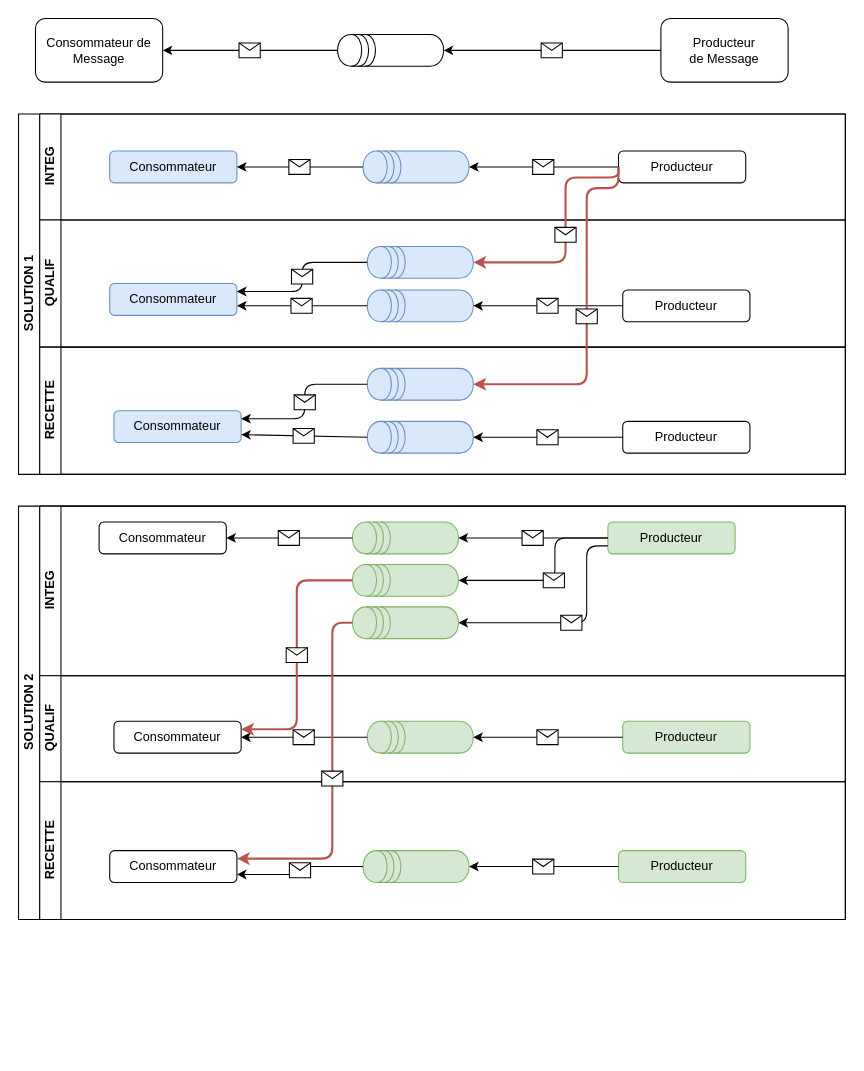
Above: environnement-JMS.drawio in vdupain/draw.io (draw.io), before the change. Source tidied: cells renumbered, new cells numbered last; positions are measured from the earlier drawing's top-left corner, leaving out a move shared by most shapes. Both pictures are drawn from the tidied source at 106%, with x=0, y=0 at pixel (18, -3).
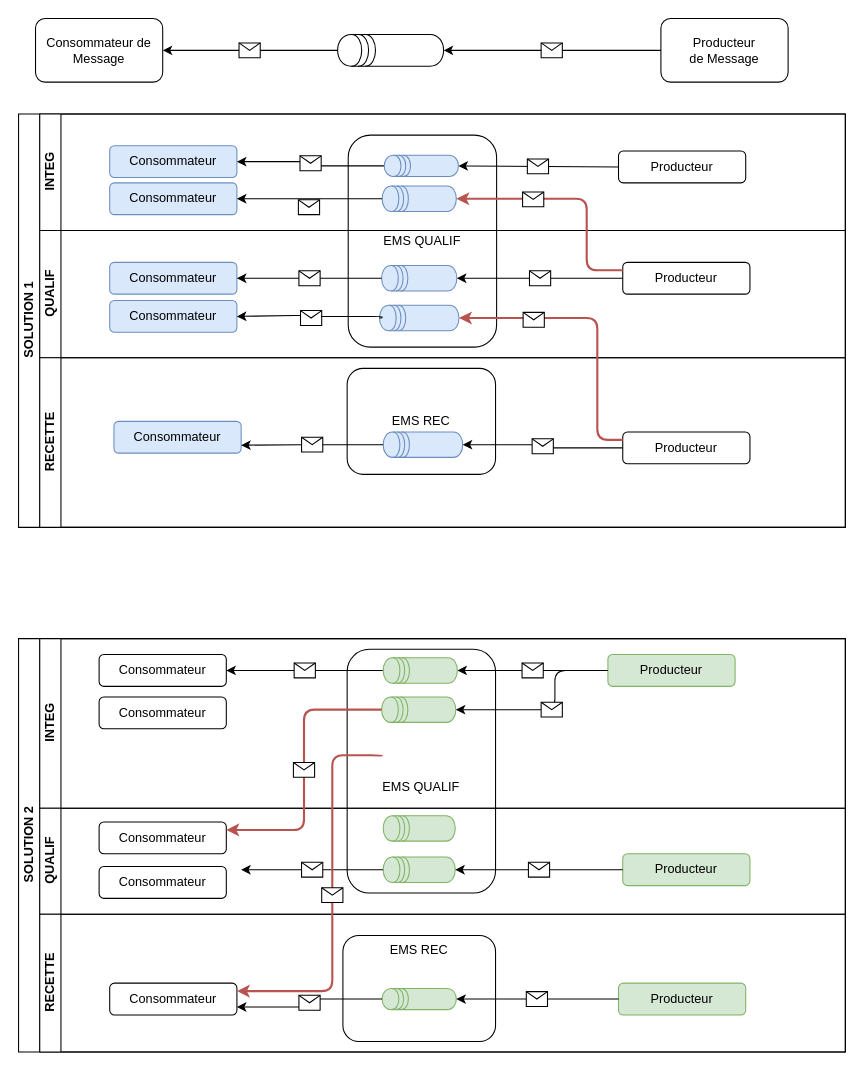
After the change.

The change refers to these unchanged cells:
```xml
<mxCell id="8" value="Producteur" style="rounded=1;whiteSpace=wrap;html=1;" parent="6" vertex="1">
  <mxGeometry x="546" y="35" width="120" height="30" as="geometry" />
</mxCell>
<mxCell id="26" value="Consommateur" style="rounded=1;whiteSpace=wrap;html=1;fillColor=#dae8fc;strokeColor=#6c8ebf;" parent="25" vertex="1">
  <mxGeometry x="70" y="60" width="120" height="30" as="geometry" />
</mxCell>
<mxCell id="27" value="Producteur" style="rounded=1;whiteSpace=wrap;html=1;" parent="25" vertex="1">
  <mxGeometry x="550" y="70" width="120" height="30" as="geometry" />
</mxCell>
<mxCell id="45" value="INTEG" style="swimlane;html=1;startSize=20;horizontal=0;" parent="44" vertex="1">
  <mxGeometry x="20" width="760" height="160" as="geometry" />
</mxCell>
<mxCell id="47" value="Producteur" style="rounded=1;whiteSpace=wrap;html=1;fillColor=#d5e8d4;strokeColor=#82b366;" parent="45" vertex="1">
  <mxGeometry x="536" y="15" width="120" height="30" as="geometry" />
</mxCell>
<mxCell id="57" value="QUALIF" style="swimlane;html=1;startSize=20;horizontal=0;" parent="44" vertex="1">
  <mxGeometry x="20" y="160" width="760" height="100" as="geometry" />
</mxCell>
<mxCell id="59" value="Producteur" style="rounded=1;whiteSpace=wrap;html=1;fillColor=#d5e8d4;strokeColor=#82b366;" parent="57" vertex="1">
  <mxGeometry x="550" y="43" width="120" height="30" as="geometry" />
</mxCell>
<mxCell id="65" value="RECETTE" style="swimlane;html=1;startSize=20;horizontal=0;" parent="44" vertex="1">
  <mxGeometry x="20" y="260" width="760" height="130" as="geometry" />
</mxCell>
<mxCell id="66" value="Consommateur" style="rounded=1;whiteSpace=wrap;html=1;" parent="65" vertex="1">
  <mxGeometry x="66" y="65" width="120" height="30" as="geometry" />
</mxCell>
```

Diff of the diagram source:
```diff
@@
+    <mxCell id="79" value="EMS QUALIF" style="rounded=1;whiteSpace=wrap;html=1;" parent="1" vertex="1">
+      <mxGeometry x="311" y="130" width="140" height="200" as="geometry" />
+    </mxCell>
@@
     <mxCell id="5" value="SOLUTION 1" style="swimlane;html=1;horizontal=0;startSize=20;" parent="1" vertex="1">
-      <mxGeometry y="110" width="780" height="340" as="geometry" />
+      <mxGeometry y="110" width="780" height="390" as="geometry" />
     </mxCell>
     <mxCell id="6" value="INTEG" style="swimlane;html=1;startSize=20;horizontal=0;" parent="5" vertex="1">
-      <mxGeometry x="20" width="760" height="100" as="geometry" />
+      <mxGeometry x="20" width="760" height="110" as="geometry" />
     </mxCell>
     <mxCell id="7" value="Consommateur" style="rounded=1;whiteSpace=wrap;html=1;fillColor=#dae8fc;strokeColor=#6c8ebf;" parent="6" vertex="1">
-      <mxGeometry x="66" y="35" width="120" height="30" as="geometry" />
+      <mxGeometry x="66" y="30" width="120" height="30" as="geometry" />
     </mxCell>
@@
-    <mxCell id="9" style="shape=datastore;whiteSpace=wrap;html=1;rotation=-90;fillColor=#dae8fc;strokeColor=#6c8ebf;" parent="6" vertex="1">
-      <mxGeometry x="340" width="30" height="100" as="geometry" />
-    </mxCell>
-    <mxCell id="10" style="endArrow=classic;html=1;strokeColor=#000000;entryX=1;entryY=0.5;entryDx=0;entryDy=0;exitX=0.5;exitY=0;exitDx=0;exitDy=0;" parent="6" edge="1" source="9" target="7">
+    <mxCell id="10" style="endArrow=classic;html=1;strokeColor=#000000;entryX=1;entryY=0.5;entryDx=0;entryDy=0;exitX=0.5;exitY=0;exitDx=0;exitDy=0;edgeStyle=orthogonalEdgeStyle;" parent="6" edge="1" source="9" target="7">
       <mxGeometry relative="1" as="geometry" />
     </mxCell>
@@
+    <mxCell id="9" style="shape=datastore;whiteSpace=wrap;html=1;rotation=-90;fillColor=#dae8fc;strokeColor=#6c8ebf;" parent="6" vertex="1">
+      <mxGeometry x="350" y="14" width="20" height="70" as="geometry" />
+    </mxCell>
+    <mxCell id="80" value="Consommateur" style="rounded=1;whiteSpace=wrap;html=1;fillColor=#dae8fc;strokeColor=#6c8ebf;" parent="6" vertex="1">
+      <mxGeometry x="66" y="65" width="120" height="30" as="geometry" />
+    </mxCell>
     <mxCell id="14" value="QUALIF" style="swimlane;html=1;startSize=20;horizontal=0;" parent="5" vertex="1">
-      <mxGeometry x="20" y="100" width="760" height="120" as="geometry" />
+      <mxGeometry x="20" y="110" width="760" height="120" as="geometry" />
     </mxCell>
     <mxCell id="15" value="Consommateur" style="rounded=1;whiteSpace=wrap;html=1;fillColor=#dae8fc;strokeColor=#6c8ebf;" parent="14" vertex="1">
-      <mxGeometry x="66" y="60" width="120" height="30" as="geometry" />
+      <mxGeometry x="66" y="30" width="120" height="30" as="geometry" />
     </mxCell>
     <mxCell id="16" value="Producteur" style="rounded=1;whiteSpace=wrap;html=1;" parent="14" vertex="1">
-      <mxGeometry x="550" y="66" width="120" height="30" as="geometry" />
+      <mxGeometry x="550" y="30" width="120" height="30" as="geometry" />
     </mxCell>
     <mxCell id="17" style="shape=datastore;whiteSpace=wrap;html=1;rotation=-90;fillColor=#dae8fc;strokeColor=#6c8ebf;" parent="14" vertex="1">
-      <mxGeometry x="344" y="31" width="30" height="100" as="geometry" />
+      <mxGeometry x="346" y="9.5" width="24" height="71" as="geometry" />
     </mxCell>
-    <mxCell id="18" style="endArrow=classic;html=1;strokeColor=#000000;exitX=0.5;exitY=0;exitDx=0;exitDy=0;" parent="14" edge="1" source="17">
-      <mxGeometry relative="1" as="geometry">
-        <mxPoint x="186" y="81" as="targetPoint" />
-      </mxGeometry>
+    <mxCell id="18" style="endArrow=classic;html=1;strokeColor=#000000;exitX=0.5;exitY=0;exitDx=0;exitDy=0;entryX=1;entryY=0.5;entryDx=0;entryDy=0;edgeStyle=orthogonalEdgeStyle;" parent="14" edge="1" source="17" target="15">
+      <mxGeometry relative="1" as="geometry" />
     </mxCell>
@@
-    <mxCell id="20" style="endArrow=classic;html=1;strokeColor=#000000;entryX=0.5;entryY=1;entryDx=0;entryDy=0;exitX=0;exitY=0.5;exitDx=0;exitDy=0;" parent="14" edge="1" source="16" target="17">
+    <mxCell id="20" style="endArrow=classic;html=1;strokeColor=#000000;entryX=0.5;entryY=1;entryDx=0;entryDy=0;exitX=0;exitY=0.5;exitDx=0;exitDy=0;edgeStyle=orthogonalEdgeStyle;" parent="14" edge="1" source="16" target="17">
       <mxGeometry relative="1" as="geometry" />
     </mxCell>
@@
-    <mxCell id="22" style="shape=datastore;whiteSpace=wrap;html=1;rotation=-90;fillColor=#dae8fc;strokeColor=#6c8ebf;" parent="14" vertex="1">
-      <mxGeometry x="344" y="-10" width="30" height="100" as="geometry" />
-    </mxCell>
-    <mxCell id="23" style="endArrow=classic;html=1;strokeColor=#000000;exitX=0.5;exitY=0;exitDx=0;exitDy=0;entryX=1;entryY=0.25;entryDx=0;entryDy=0;edgeStyle=orthogonalEdgeStyle;" parent="14" edge="1" source="22" target="15">
-      <mxGeometry relative="1" as="geometry" />
-    </mxCell>
-    <mxCell id="24" style="shape=message;html=1;" parent="23" vertex="1">
-      <mxGeometry width="20" height="14" relative="1" as="geometry">
-        <mxPoint x="-10" y="-7" as="offset" />
-      </mxGeometry>
-    </mxCell>
+    <mxCell id="81" value="Consommateur" style="rounded=1;whiteSpace=wrap;html=1;fillColor=#dae8fc;strokeColor=#6c8ebf;" parent="14" vertex="1">
+      <mxGeometry x="66" y="66" width="120" height="30" as="geometry" />
+    </mxCell>
     <mxCell id="25" value="RECETTE" style="swimlane;html=1;startSize=20;horizontal=0;" parent="5" vertex="1">
-      <mxGeometry x="20" y="220" width="760" height="120" as="geometry" />
+      <mxGeometry x="20" y="230" width="760" height="160" as="geometry" />
     </mxCell>
+    <mxCell id="82" value="EMS REC" style="rounded=1;whiteSpace=wrap;html=1;" parent="25" vertex="1">
+      <mxGeometry x="290" y="10" width="140" height="100" as="geometry" />
+    </mxCell>
@@
     <mxCell id="28" style="shape=datastore;whiteSpace=wrap;html=1;rotation=-90;fillColor=#dae8fc;strokeColor=#6c8ebf;" parent="25" vertex="1">
-      <mxGeometry x="344" y="35" width="30" height="100" as="geometry" />
+      <mxGeometry x="349.5" y="44.5" width="24" height="75" as="geometry" />
     </mxCell>
-    <mxCell id="29" style="endArrow=classic;html=1;strokeColor=#000000;entryX=1;entryY=0.75;entryDx=0;entryDy=0;exitX=0.5;exitY=0;exitDx=0;exitDy=0;" parent="25" edge="1" source="28" target="26">
+    <mxCell id="29" style="endArrow=classic;html=1;strokeColor=#000000;entryX=1;entryY=0.75;entryDx=0;entryDy=0;exitX=0.5;exitY=0;exitDx=0;exitDy=0;edgeStyle=orthogonalEdgeStyle;" parent="25" edge="1" source="28" target="26">
       <mxGeometry relative="1" as="geometry" />
     </mxCell>
@@
-    <mxCell id="31" style="endArrow=classic;html=1;strokeColor=#000000;entryX=0.5;entryY=1;entryDx=0;entryDy=0;exitX=0;exitY=0.5;exitDx=0;exitDy=0;" parent="25" edge="1" source="27" target="28">
+    <mxCell id="31" style="endArrow=classic;html=1;strokeColor=#000000;entryX=0.5;entryY=1;entryDx=0;entryDy=0;exitX=0;exitY=0.5;exitDx=0;exitDy=0;edgeStyle=orthogonalEdgeStyle;" parent="25" edge="1" source="27" target="28">
       <mxGeometry relative="1" as="geometry" />
     </mxCell>
@@
-    <mxCell id="33" style="shape=datastore;whiteSpace=wrap;html=1;rotation=-90;fillColor=#dae8fc;strokeColor=#6c8ebf;" parent="25" vertex="1">
-      <mxGeometry x="344" y="-15" width="30" height="100" as="geometry" />
-    </mxCell>
-    <mxCell id="34" style="endArrow=classic;html=1;strokeColor=#000000;exitX=0.5;exitY=0;exitDx=0;exitDy=0;entryX=1;entryY=0.25;entryDx=0;entryDy=0;edgeStyle=orthogonalEdgeStyle;" parent="25" edge="1" source="33" target="26">
-      <mxGeometry relative="1" as="geometry">
-        <Array as="points">
-          <mxPoint x="250" y="35" />
-          <mxPoint x="250" y="68" />
-        </Array>
-      </mxGeometry>
-    </mxCell>
-    <mxCell id="35" style="shape=message;html=1;" parent="34" vertex="1">
-      <mxGeometry width="20" height="14" relative="1" as="geometry">
-        <mxPoint x="-10" y="-7" as="offset" />
-      </mxGeometry>
-    </mxCell>
-    <mxCell id="36" style="endArrow=classic;html=1;strokeColor=#b85450;entryX=0.5;entryY=1;entryDx=0;entryDy=0;exitX=0;exitY=0.5;exitDx=0;exitDy=0;edgeStyle=orthogonalEdgeStyle;fillColor=#f8cecc;strokeWidth=2;" parent="5" edge="1" source="8" target="22">
-      <mxGeometry relative="1" as="geometry">
-        <Array as="points">
-          <mxPoint x="566" y="60" />
-          <mxPoint x="516" y="60" />
-          <mxPoint x="516" y="140" />
-        </Array>
-      </mxGeometry>
-    </mxCell>
-    <mxCell id="37" style="shape=message;html=1;" parent="36" vertex="1">
-      <mxGeometry width="20" height="14" relative="1" as="geometry">
-        <mxPoint x="-10" y="-7" as="offset" />
-      </mxGeometry>
-    </mxCell>
+    <mxCell id="83" value="&lt;div&gt;&lt;br&gt;&lt;/div&gt;&lt;div&gt;&lt;br&gt;&lt;/div&gt;&lt;div&gt;EMS QUALIF&lt;/div&gt;" style="rounded=1;whiteSpace=wrap;html=1;verticalAlign=middle;" parent="25" vertex="1">
+      <mxGeometry x="290" y="275" width="140" height="230" as="geometry" />
+    </mxCell>
+    <mxCell id="53" style="shape=datastore;whiteSpace=wrap;html=1;rotation=-90;fillColor=#d5e8d4;strokeColor=#82b366;" parent="25" vertex="1">
+      <mxGeometry x="345.5" y="297" width="24" height="70" as="geometry" />
+    </mxCell>
+    <mxCell id="60" style="shape=datastore;whiteSpace=wrap;html=1;rotation=-90;fillColor=#d5e8d4;strokeColor=#82b366;" parent="25" vertex="1">
+      <mxGeometry x="346" y="449" width="24" height="68" as="geometry" />
+    </mxCell>
+    <mxCell id="84" style="shape=datastore;whiteSpace=wrap;html=1;rotation=-90;fillColor=#d5e8d4;strokeColor=#82b366;" parent="25" vertex="1">
+      <mxGeometry x="346" y="410" width="24" height="68" as="geometry" />
+    </mxCell>
@@
-    <mxCell id="42" style="endArrow=classic;html=1;strokeColor=#b85450;entryX=0.5;entryY=1;entryDx=0;entryDy=0;edgeStyle=orthogonalEdgeStyle;fillColor=#f8cecc;strokeWidth=2;" parent="1" edge="1" target="33">
-      <mxGeometry relative="1" as="geometry">
-        <mxPoint x="566" y="160" as="sourcePoint" />
-        <Array as="points">
-          <mxPoint x="566" y="180" />
-          <mxPoint x="536" y="180" />
-          <mxPoint x="536" y="365" />
-        </Array>
-      </mxGeometry>
-    </mxCell>
-    <mxCell id="43" style="shape=message;html=1;" parent="42" vertex="1">
-      <mxGeometry width="20" height="14" relative="1" as="geometry">
-        <mxPoint x="-10" y="-7" as="offset" />
-      </mxGeometry>
-    </mxCell>
     <mxCell id="44" value="SOLUTION 2" style="swimlane;html=1;horizontal=0;startSize=20;" parent="1" vertex="1">
-      <mxGeometry y="480" width="780" height="390" as="geometry" />
+      <mxGeometry y="605" width="780" height="390" as="geometry" />
     </mxCell>
@@
-    <mxCell id="48" style="shape=datastore;whiteSpace=wrap;html=1;rotation=-90;fillColor=#d5e8d4;strokeColor=#82b366;" parent="45" vertex="1">
-      <mxGeometry x="330" y="-20" width="30" height="100" as="geometry" />
-    </mxCell>
@@
-    <mxCell id="53" style="shape=datastore;whiteSpace=wrap;html=1;rotation=-90;fillColor=#d5e8d4;strokeColor=#82b366;" parent="45" vertex="1">
-      <mxGeometry x="330" y="20" width="30" height="100" as="geometry" />
-    </mxCell>
-    <mxCell id="54" style="shape=datastore;whiteSpace=wrap;html=1;rotation=-90;fillColor=#d5e8d4;strokeColor=#82b366;" parent="45" vertex="1">
-      <mxGeometry x="330" y="60" width="30" height="100" as="geometry" />
-    </mxCell>
-    <mxCell id="55" style="endArrow=classic;html=1;entryX=0.5;entryY=1;entryDx=0;entryDy=0;exitX=0;exitY=0.75;exitDx=0;exitDy=0;edgeStyle=orthogonalEdgeStyle;fillColor=#f8cecc;strokeWidth=1;" parent="45" edge="1" source="47" target="54">
-      <mxGeometry relative="1" as="geometry">
-        <Array as="points">
-          <mxPoint x="516" y="38" />
-          <mxPoint x="516" y="110" />
-        </Array>
-      </mxGeometry>
-    </mxCell>
-    <mxCell id="56" style="shape=message;html=1;" parent="55" vertex="1">
-      <mxGeometry width="20" height="14" relative="1" as="geometry">
-        <mxPoint x="-10" y="-7" as="offset" />
-      </mxGeometry>
-    </mxCell>
+    <mxCell id="48" style="shape=datastore;whiteSpace=wrap;html=1;rotation=-90;fillColor=#d5e8d4;strokeColor=#82b366;" parent="45" vertex="1">
+      <mxGeometry x="347" y="-5" width="24" height="70" as="geometry" />
+    </mxCell>
+    <mxCell id="85" value="Consommateur" style="rounded=1;whiteSpace=wrap;html=1;" parent="45" vertex="1">
+      <mxGeometry x="56" y="55" width="120" height="30" as="geometry" />
+    </mxCell>
@@
     <mxCell id="58" value="Consommateur" style="rounded=1;whiteSpace=wrap;html=1;" parent="57" vertex="1">
-      <mxGeometry x="70" y="43" width="120" height="30" as="geometry" />
+      <mxGeometry x="56" y="13" width="120" height="30" as="geometry" />
     </mxCell>
@@
-    <mxCell id="60" style="shape=datastore;whiteSpace=wrap;html=1;rotation=-90;fillColor=#d5e8d4;strokeColor=#82b366;" parent="57" vertex="1">
-      <mxGeometry x="344" y="8" width="30" height="100" as="geometry" />
-    </mxCell>
@@
-    <mxCell id="63" style="endArrow=classic;html=1;strokeColor=#000000;entryX=0.5;entryY=1;entryDx=0;entryDy=0;exitX=0;exitY=0.5;exitDx=0;exitDy=0;" parent="57" edge="1" source="59" target="60">
-      <mxGeometry relative="1" as="geometry" />
-    </mxCell>
-    <mxCell id="64" style="shape=message;html=1;" parent="63" vertex="1">
-      <mxGeometry width="20" height="14" relative="1" as="geometry">
-        <mxPoint x="-10" y="-7" as="offset" />
-      </mxGeometry>
-    </mxCell>
+    <mxCell id="86" value="Consommateur" style="rounded=1;whiteSpace=wrap;html=1;" parent="57" vertex="1">
+      <mxGeometry x="56" y="55" width="120" height="30" as="geometry" />
+    </mxCell>
@@
+    <mxCell id="87" value="EMS REC" style="rounded=1;whiteSpace=wrap;html=1;verticalAlign=top;" parent="65" vertex="1">
+      <mxGeometry x="286" y="20" width="144" height="100" as="geometry" />
+    </mxCell>
@@
     <mxCell id="68" style="shape=datastore;whiteSpace=wrap;html=1;rotation=-90;fillColor=#d5e8d4;strokeColor=#82b366;" parent="65" vertex="1">
-      <mxGeometry x="340" y="30" width="30" height="100" as="geometry" />
+      <mxGeometry x="348" y="45" width="20" height="70" as="geometry" />
     </mxCell>
@@
-    <mxCell id="73" style="endArrow=classic;html=1;strokeColor=#b85450;exitX=0.5;exitY=0;exitDx=0;exitDy=0;entryX=1;entryY=0.25;entryDx=0;entryDy=0;edgeStyle=orthogonalEdgeStyle;fillColor=#f8cecc;strokeWidth=2;" parent="44" edge="1" source="53" target="58">
-      <mxGeometry relative="1" as="geometry" />
-    </mxCell>
-    <mxCell id="74" style="shape=message;html=1;" parent="73" vertex="1">
-      <mxGeometry width="20" height="14" relative="1" as="geometry">
-        <mxPoint x="-10" y="-7" as="offset" />
-      </mxGeometry>
-    </mxCell>
-    <mxCell id="75" style="endArrow=classic;html=1;strokeColor=#b85450;entryX=1;entryY=0.25;entryDx=0;entryDy=0;exitX=0.5;exitY=0;exitDx=0;exitDy=0;edgeStyle=orthogonalEdgeStyle;fillColor=#f8cecc;strokeWidth=2;" parent="44" edge="1" source="54" target="66">
+    <mxCell id="75" style="endArrow=classic;html=1;strokeColor=#b85450;entryX=1;entryY=0.25;entryDx=0;entryDy=0;exitX=0.5;exitY=0;exitDx=0;exitDy=0;edgeStyle=orthogonalEdgeStyle;fillColor=#f8cecc;strokeWidth=2;" parent="44" edge="1" target="66">
       <mxGeometry relative="1" as="geometry">
+        <mxPoint x="343" y="111" as="sourcePoint" />
         <Array as="points">
           <mxPoint x="296" y="110" />
           <mxPoint x="296" y="333" />
         </Array>
       </mxGeometry>
     </mxCell>
@@
     <mxCell id="77" style="endArrow=classic;html=1;entryX=0.5;entryY=1;entryDx=0;entryDy=0;exitX=0;exitY=0.5;exitDx=0;exitDy=0;edgeStyle=orthogonalEdgeStyle;fillColor=#f8cecc;strokeWidth=1;" parent="1" edge="1" target="53">
       <mxGeometry relative="1" as="geometry">
-        <mxPoint x="556" y="510" as="sourcePoint" />
+        <mxPoint x="556" y="635" as="sourcePoint" />
         <Array as="points">
-          <mxPoint x="506" y="510" />
-          <mxPoint x="506" y="550" />
+          <mxPoint x="506" y="635" />
+          <mxPoint x="506" y="672" />
         </Array>
       </mxGeometry>
     </mxCell>
@@
+    <mxCell id="73" style="endArrow=classic;html=1;strokeColor=#b85450;exitX=0.5;exitY=0;exitDx=0;exitDy=0;entryX=1;entryY=0.25;entryDx=0;entryDy=0;edgeStyle=orthogonalEdgeStyle;fillColor=#f8cecc;strokeWidth=2;" parent="1" edge="1" source="53" target="58">
+      <mxGeometry relative="1" as="geometry" />
+    </mxCell>
+    <mxCell id="74" style="shape=message;html=1;" parent="73" vertex="1">
+      <mxGeometry width="20" height="14" relative="1" as="geometry">
+        <mxPoint x="-10" y="-7" as="offset" />
+      </mxGeometry>
+    </mxCell>
+    <mxCell id="63" style="endArrow=classic;html=1;strokeColor=#000000;entryX=0.5;entryY=1;entryDx=0;entryDy=0;exitX=0;exitY=0.5;exitDx=0;exitDy=0;" parent="1" edge="1" source="59" target="60">
+      <mxGeometry relative="1" as="geometry" />
+    </mxCell>
+    <mxCell id="64" style="shape=message;html=1;" parent="63" vertex="1">
+      <mxGeometry width="20" height="14" relative="1" as="geometry">
+        <mxPoint x="-10" y="-7" as="offset" />
+      </mxGeometry>
+    </mxCell>
+    <mxCell id="22" style="shape=datastore;whiteSpace=wrap;html=1;rotation=-90;fillColor=#dae8fc;strokeColor=#6c8ebf;" parent="1" vertex="1">
+      <mxGeometry x="366" y="155" width="24" height="70" as="geometry" />
+    </mxCell>
+    <mxCell id="23" style="endArrow=classic;html=1;strokeColor=#000000;exitX=0.5;exitY=0;exitDx=0;exitDy=0;entryX=1;entryY=0.5;entryDx=0;entryDy=0;edgeStyle=orthogonalEdgeStyle;" parent="1" edge="1" source="22" target="80">
+      <mxGeometry relative="1" as="geometry" />
+    </mxCell>
+    <mxCell id="24" style="shape=message;html=1;" parent="23" vertex="1">
+      <mxGeometry width="20" height="14" relative="1" as="geometry">
+        <mxPoint x="-10" y="1" as="offset" />
+      </mxGeometry>
+    </mxCell>
+    <mxCell id="36" style="endArrow=classic;html=1;strokeColor=#b85450;entryX=0.5;entryY=1;entryDx=0;entryDy=0;exitX=0;exitY=0.25;exitDx=0;exitDy=0;edgeStyle=orthogonalEdgeStyle;fillColor=#f8cecc;strokeWidth=2;" parent="1" edge="1" source="16" target="22">
+      <mxGeometry relative="1" as="geometry">
+        <Array as="points">
+          <mxPoint x="536" y="258" />
+          <mxPoint x="536" y="190" />
+        </Array>
+      </mxGeometry>
+    </mxCell>
+    <mxCell id="37" style="shape=message;html=1;" parent="36" vertex="1">
+      <mxGeometry width="20" height="14" relative="1" as="geometry">
+        <mxPoint x="-50" y="-6.4" as="offset" />
+      </mxGeometry>
+    </mxCell>
+    <mxCell id="33" style="shape=datastore;whiteSpace=wrap;html=1;rotation=-90;fillColor=#dae8fc;strokeColor=#6c8ebf;" parent="1" vertex="1">
+      <mxGeometry x="366" y="265" width="24" height="75" as="geometry" />
+    </mxCell>
+    <mxCell id="34" style="endArrow=classic;html=1;strokeColor=#000000;exitX=0.5;exitY=0;exitDx=0;exitDy=0;entryX=1;entryY=0.5;entryDx=0;entryDy=0;edgeStyle=orthogonalEdgeStyle;" parent="1" edge="1" source="33" target="81">
+      <mxGeometry relative="1" as="geometry">
+        <Array as="points">
+          <mxPoint x="343" y="303" />
+          <mxPoint x="343" y="301" />
+          <mxPoint x="270" y="301" />
+          <mxPoint x="206" y="300" />
+        </Array>
+      </mxGeometry>
+    </mxCell>
+    <mxCell id="35" style="shape=message;html=1;" parent="34" vertex="1">
+      <mxGeometry width="20" height="14" relative="1" as="geometry">
+        <mxPoint x="-10" y="-5.5" as="offset" />
+      </mxGeometry>
+    </mxCell>
+    <mxCell id="42" style="endArrow=classic;html=1;strokeColor=#b85450;entryX=0.5;entryY=1;entryDx=0;entryDy=0;edgeStyle=orthogonalEdgeStyle;fillColor=#f8cecc;strokeWidth=2;exitX=0;exitY=0.25;exitDx=0;exitDy=0;" parent="1" edge="1" source="27" target="33">
+      <mxGeometry relative="1" as="geometry">
+        <Array as="points">
+          <mxPoint x="546" y="418" />
+          <mxPoint x="546" y="303" />
+        </Array>
+      </mxGeometry>
+    </mxCell>
+    <mxCell id="43" style="shape=message;html=1;" parent="42" vertex="1">
+      <mxGeometry width="20" height="14" relative="1" as="geometry">
+        <mxPoint x="-70" y="-9.3" as="offset" />
+      </mxGeometry>
+    </mxCell>
```
